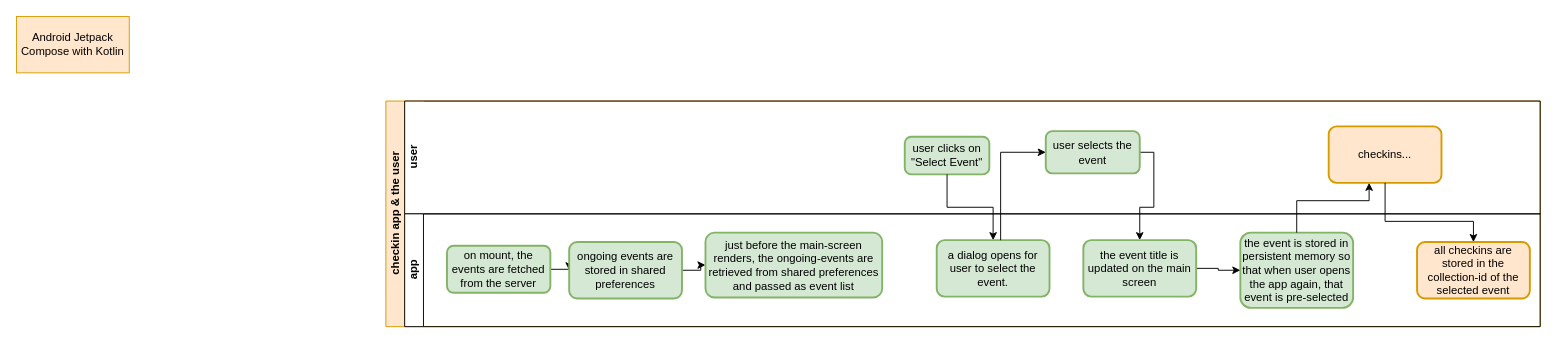
Before: hfn-checkin-dynamic-config.drawio in appsparkler/draw.io, a draw.io diagram. Source tidied: cells renumbered, new cells numbered last; positions are measured from the earlier drawing's top-left corner, leaving out a move shared by most shapes. Both pictures are drawn from the tidied source at 94%, with x=0, y=0 at pixel (16, 16).
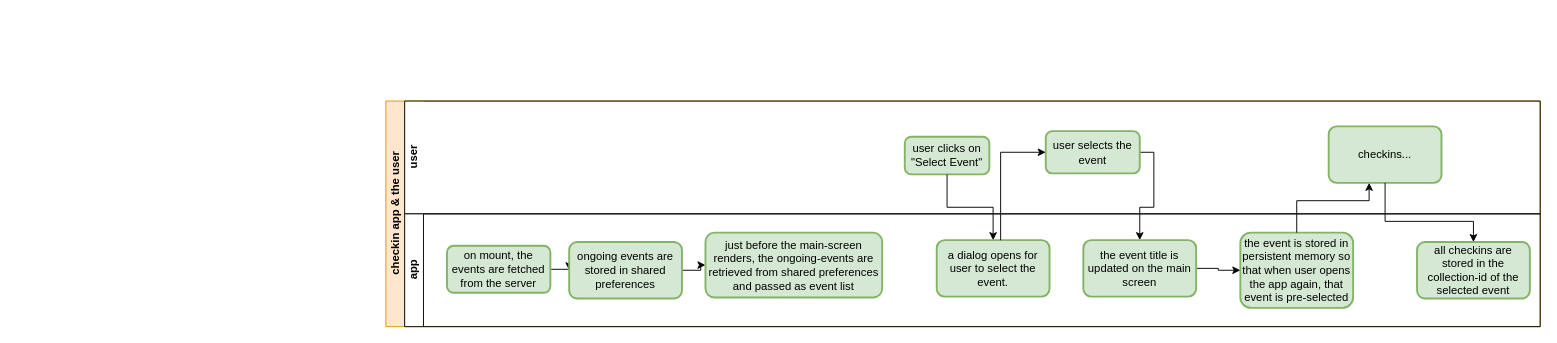
Above is the later version.

The change refers to these unchanged cells:
```xml
<mxCell id="4" value="&lt;div&gt;app&lt;/div&gt;" style="swimlane;startSize=20;horizontal=0;html=1;" parent="2" vertex="1">
  <mxGeometry x="20" y="120" width="1208" height="120" as="geometry" />
</mxCell>
```

Change to the diagram source:
```diff
@@
-    <mxCell id="13" value="checkins..." style="whiteSpace=wrap;html=1;rounded=1;arcSize=14;strokeWidth=2;fillColor=#ffe6cc;strokeColor=#d79b00;" parent="4" vertex="1">
+    <mxCell id="13" value="checkins..." style="whiteSpace=wrap;html=1;rounded=1;arcSize=14;strokeWidth=2;fillColor=#d5e8d4;strokeColor=#82b366;" parent="4" vertex="1">
       <mxGeometry x="983" y="-93" width="120" height="60" as="geometry" />
     </mxCell>
@@
-    <mxCell id="16" value="all checkins are stored in the collection-id of the selected event" style="whiteSpace=wrap;html=1;rounded=1;arcSize=14;strokeWidth=2;fillColor=#ffe6cc;strokeColor=#d79b00;" parent="4" vertex="1">
+    <mxCell id="16" value="all checkins are stored in the collection-id of the selected event" style="whiteSpace=wrap;html=1;rounded=1;arcSize=14;strokeWidth=2;fillColor=#d5e8d4;strokeColor=#82b366;" parent="4" vertex="1">
       <mxGeometry x="1077" y="30" width="120" height="60" as="geometry" />
     </mxCell>
@@
-    <mxCell id="23" value="Android Jetpack Compose with Kotlin" style="rounded=0;whiteSpace=wrap;html=1;fillColor=#ffe6cc;strokeColor=#d79b00;" parent="1" vertex="1">
-      <mxGeometry width="120" height="60" as="geometry" />
-    </mxCell>
```
